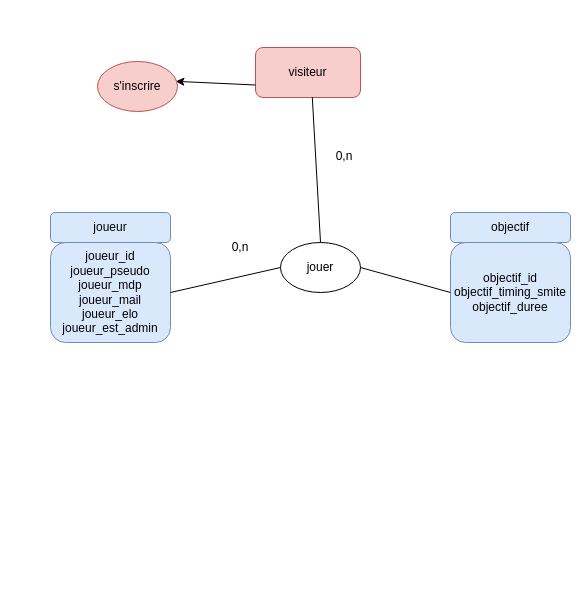
Before: Untitled Diagram.drawio in 402rayan/Pop_smite, a draw.io diagram. Source tidied: cells renumbered, new cells numbered last; positions are measured from the earlier drawing's top-left corner, leaving out a move shared by most shapes. Both pictures are drawn from the tidied source at 100%, with x=0, y=0 at pixel (50, 47).
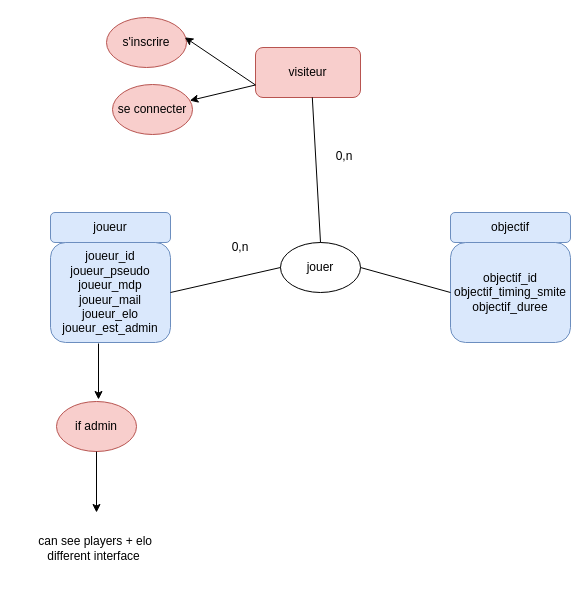
Above is the later version.

The change refers to these unchanged cells:
```xml
<mxCell id="11" value="visiteur" style="rounded=1;whiteSpace=wrap;html=1;fillColor=#f8cecc;strokeColor=#b85450;" parent="1" vertex="1">
  <mxGeometry x="205" width="105" height="50" as="geometry" />
</mxCell>
```

What changed in the source:
```diff
@@
     <mxCell id="12" value="s'inscrire" style="ellipse;whiteSpace=wrap;html=1;fillColor=#f8cecc;strokeColor=#b85450;" parent="1" vertex="1">
-      <mxGeometry x="47" y="14" width="80" height="50" as="geometry" />
+      <mxGeometry x="56" y="-30" width="80" height="50" as="geometry" />
     </mxCell>
@@
+    <mxCell id="15" style="endArrow=classic;html=1;rounded=0;" parent="1" edge="1" source="11" target="16">
+      <mxGeometry relative="1" as="geometry" />
+    </mxCell>
+    <mxCell id="16" value="se connecter" style="ellipse;whiteSpace=wrap;html=1;fillColor=#f8cecc;strokeColor=#b85450;" parent="1" vertex="1">
+      <mxGeometry x="62" y="37" width="80" height="50" as="geometry" />
+    </mxCell>
+    <mxCell id="17" style="endArrow=classic;html=1;rounded=0;" parent="1" edge="1">
+      <mxGeometry relative="1" as="geometry">
+        <mxPoint x="48" y="296" as="sourcePoint" />
+        <mxPoint x="48" y="352" as="targetPoint" />
+      </mxGeometry>
+    </mxCell>
+    <mxCell id="18" value="if admin" style="ellipse;whiteSpace=wrap;html=1;fillColor=#f8cecc;strokeColor=#b85450;" parent="1" vertex="1">
+      <mxGeometry x="6" y="354" width="80" height="50" as="geometry" />
+    </mxCell>
+    <mxCell id="19" style="endArrow=classic;html=1;rounded=0;exitX=0.5;exitY=1;exitDx=0;exitDy=0;" parent="1" edge="1" source="18">
+      <mxGeometry relative="1" as="geometry">
+        <mxPoint x="46" y="465" as="targetPoint" />
+      </mxGeometry>
+    </mxCell>
+    <mxCell id="20" value="&lt;br&gt;&amp;nbsp;can see players + elo&lt;br&gt;different interface" style="text;html=1;strokeColor=none;fillColor=none;align=center;verticalAlign=middle;whiteSpace=wrap;rounded=0;" parent="1" vertex="1">
+      <mxGeometry x="-33" y="441" width="153" height="105" as="geometry" />
+    </mxCell>
```
